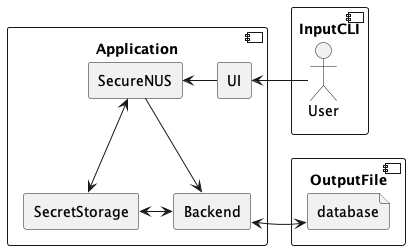
Above: docs/DGDiagramsCreator/HighLevel.png in stevenantya/tp (PlantUML), before the change. Source of this version:
```plantuml
@startuml
!include Style.puml

component Application {

    rectangle SecureNUS
    rectangle UI
    rectangle Backend
    rectangle SecretStorage
    SecureNUS <- UI
    SecureNUS <--> SecretStorage
    SecretStorage <-> Backend
    SecureNUS -> Backend
}
actor InputCLI.User
InputCLI.User -> UI
component InputCLI{

}
component OutputFile {
}
file OutputFile.database
Backend <-> OutputFile.database

@enduml
```
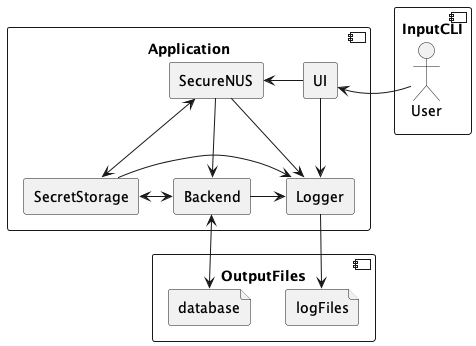
The same diagram one commit later.

Diff of the diagram source:
```diff
@@ -7,19 +7,27 @@
     rectangle UI
     rectangle Backend
     rectangle SecretStorage
+    rectangle Logger
     SecureNUS <- UI
     SecureNUS <--> SecretStorage
     SecretStorage <-> Backend
     SecureNUS -> Backend
 }
-actor InputCLI.User
-InputCLI.User -> UI
-component InputCLI{
+component InputCLI {
+    actor User
+}
+InputCLI.User -left-> UI
 
+component OutputFiles {
+    file logFiles
+    file database
 }
-component OutputFile {
-}
-file OutputFile.database
-Backend <-> OutputFile.database
+
+UI -> Logger
+SecureNUS -> Logger
+SecretStorage -> Logger
+Backend -> Logger
+Logger --> logFiles
+Backend <-down-> database
 
 @enduml
```
